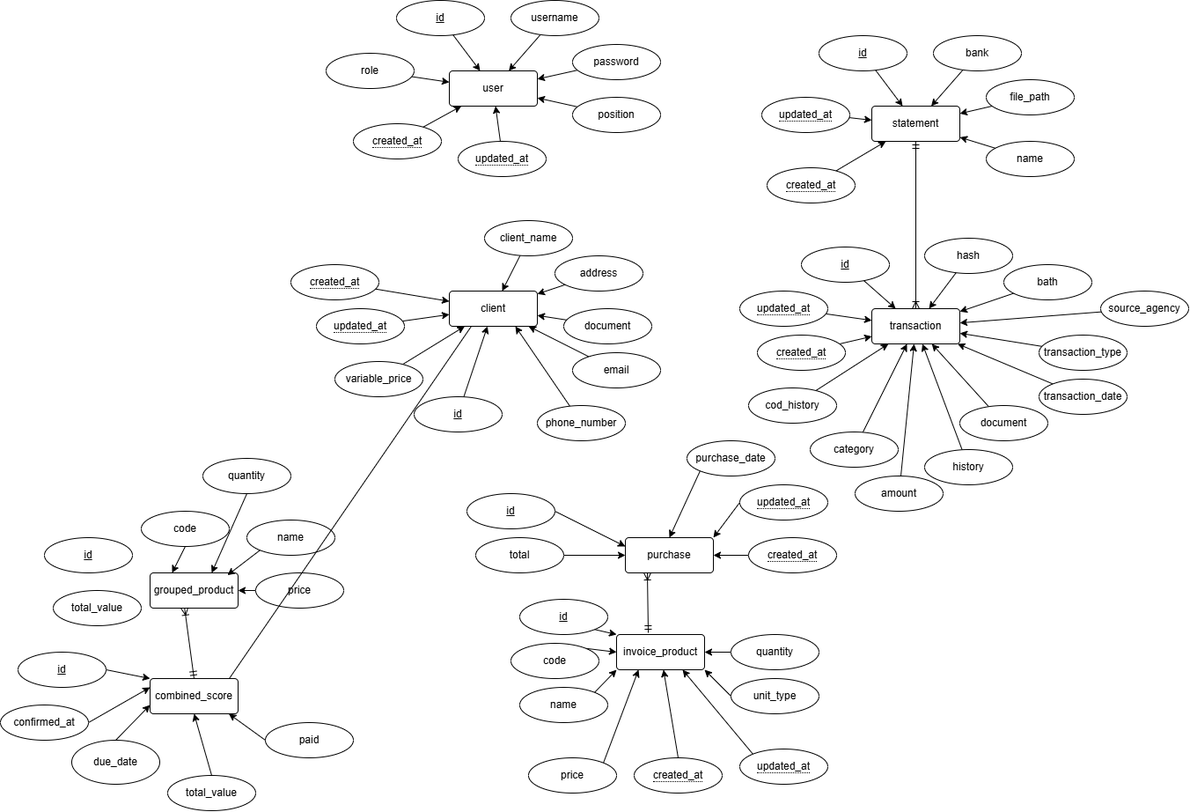
This is Artefatos/Modelagem/Diagrama de Entidade-Relacionamento.drawio.png from marcosffp/hortifruti, a draw.io export, as it was before one commit. Source tidied: cells renumbered, new cells last; positions are measured from the earlier drawing's top-left corner, leaving out a move shared by most shapes.
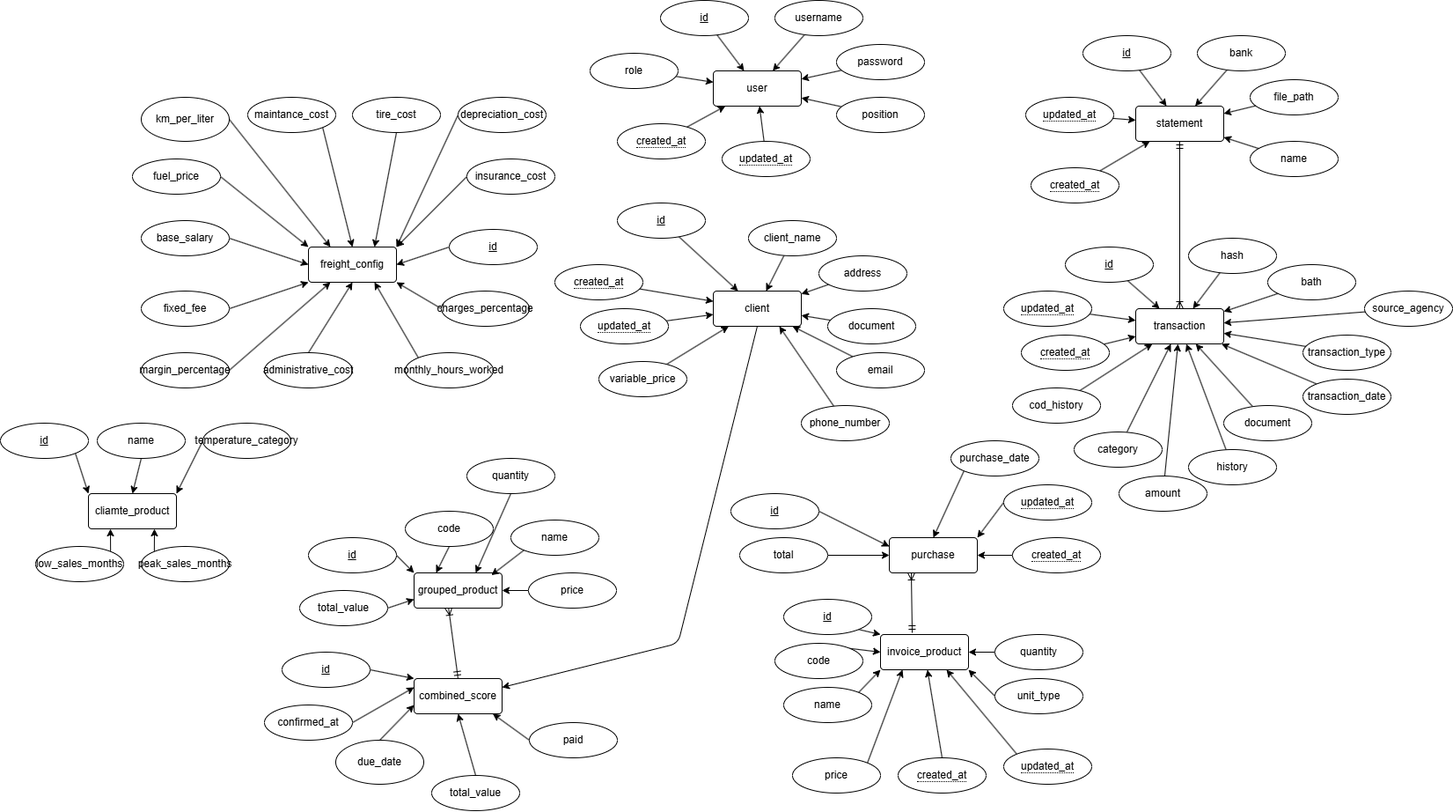
Later version of the same file.

Commit message:
adjusting climate_prduct in entity and relation diagram

Change to the diagram source:
```diff
@@ -177,7 +177,7 @@
       <mxGeometry relative="1" as="geometry" />
     </mxCell>
     <mxCell id="60" value="id" style="ellipse;whiteSpace=wrap;html=1;align=center;fontStyle=4;" parent="1" vertex="1">
-      <mxGeometry x="470" y="450" width="100" height="40" as="geometry" />
+      <mxGeometry x="401" y="230" width="100" height="40" as="geometry" />
     </mxCell>
     <mxCell id="61" style="edgeStyle=none;html=1;" parent="1" edge="1" source="62" target="58">
       <mxGeometry relative="1" as="geometry" />
@@ -317,6 +317,9 @@
     <mxCell id="106" value="grouped_product" style="rounded=1;arcSize=10;whiteSpace=wrap;html=1;align=center;" parent="1" vertex="1">
       <mxGeometry x="170" y="650" width="100" height="40" as="geometry" />
     </mxCell>
+    <mxCell id="130" style="edgeStyle=none;html=1;exitX=1;exitY=0.5;exitDx=0;exitDy=0;entryX=0;entryY=0;entryDx=0;entryDy=0;" parent="1" edge="1" source="107" target="106">
+      <mxGeometry relative="1" as="geometry" />
+    </mxCell>
     <mxCell id="107" value="&lt;u&gt;id&lt;/u&gt;" style="ellipse;whiteSpace=wrap;html=1;align=center;" parent="1" vertex="1">
       <mxGeometry x="50" y="610" width="100" height="40" as="geometry" />
     </mxCell>
@@ -326,14 +329,17 @@
     <mxCell id="109" value="code" style="ellipse;whiteSpace=wrap;html=1;align=center;" parent="1" vertex="1">
       <mxGeometry x="160" y="580" width="100" height="40" as="geometry" />
     </mxCell>
+    <mxCell id="131" style="edgeStyle=none;html=1;exitX=1;exitY=0.5;exitDx=0;exitDy=0;entryX=0;entryY=0.75;entryDx=0;entryDy=0;" parent="1" edge="1" source="110" target="106">
+      <mxGeometry relative="1" as="geometry" />
+    </mxCell>
     <mxCell id="110" value="total_value" style="ellipse;whiteSpace=wrap;html=1;align=center;" parent="1" vertex="1">
-      <mxGeometry x="60" y="670" width="100" height="40" as="geometry" />
+      <mxGeometry x="40" y="670" width="100" height="40" as="geometry" />
     </mxCell>
     <mxCell id="111" style="edgeStyle=none;html=1;exitX=0;exitY=0.5;exitDx=0;exitDy=0;entryX=1;entryY=0.5;entryDx=0;entryDy=0;" parent="1" edge="1" source="112" target="106">
       <mxGeometry relative="1" as="geometry" />
     </mxCell>
     <mxCell id="112" value="price" style="ellipse;whiteSpace=wrap;html=1;align=center;" parent="1" vertex="1">
-      <mxGeometry x="290" y="650" width="100" height="40" as="geometry" />
+      <mxGeometry x="300" y="650" width="100" height="40" as="geometry" />
     </mxCell>
     <mxCell id="113" style="edgeStyle=none;html=1;exitX=0.5;exitY=1;exitDx=0;exitDy=0;" parent="1" edge="1" source="114">
       <mxGeometry relative="1" as="geometry">
@@ -346,6 +352,13 @@
     <mxCell id="115" value="name" style="ellipse;whiteSpace=wrap;html=1;align=center;" parent="1" vertex="1">
       <mxGeometry x="280" y="590" width="100" height="40" as="geometry" />
     </mxCell>
+    <mxCell id="132" style="edgeStyle=none;html=1;exitX=0.5;exitY=1;exitDx=0;exitDy=0;entryX=1;entryY=0.25;entryDx=0;entryDy=0;" parent="1" edge="1" source="58" target="116">
+      <mxGeometry relative="1" as="geometry">
+        <Array as="points">
+          <mxPoint x="470" y="730" />
+        </Array>
+      </mxGeometry>
+    </mxCell>
     <mxCell id="116" value="combined_score" style="rounded=1;arcSize=10;whiteSpace=wrap;html=1;align=center;" parent="1" vertex="1">
       <mxGeometry x="170" y="770" width="100" height="40" as="geometry" />
     </mxCell>
@@ -387,10 +400,119 @@
     <mxCell id="128" style="edgeStyle=none;html=1;exitX=0;exitY=0.5;exitDx=0;exitDy=0;entryX=0.895;entryY=1;entryDx=0;entryDy=0;entryPerimeter=0;" parent="1" edge="1" source="125" target="116">
       <mxGeometry relative="1" as="geometry" />
     </mxCell>
-    <mxCell id="129" style="endArrow=none;html=1;entryX=0.25;entryY=1;entryDx=0;entryDy=0;" parent="1" edge="1" target="58">
-      <mxGeometry relative="1" as="geometry">
-        <mxPoint x="260" y="770" as="sourcePoint" />
-      </mxGeometry>
-    </mxCell>
+    <mxCell id="133" value="freight_config" style="rounded=1;arcSize=10;whiteSpace=wrap;html=1;align=center;" parent="1" vertex="1">
+      <mxGeometry x="50" y="280" width="100" height="40" as="geometry" />
+    </mxCell>
+    <mxCell id="134" style="edgeStyle=none;html=1;exitX=1;exitY=0.5;exitDx=0;exitDy=0;entryX=0.25;entryY=1;entryDx=0;entryDy=0;" parent="1" edge="1" source="135" target="133">
+      <mxGeometry relative="1" as="geometry" />
+    </mxCell>
+    <mxCell id="135" value="margin_percentage" style="ellipse;whiteSpace=wrap;html=1;align=center;" parent="1" vertex="1">
+      <mxGeometry x="-140" y="400" width="100" height="40" as="geometry" />
+    </mxCell>
+    <mxCell id="136" style="edgeStyle=none;html=1;exitX=1;exitY=0.5;exitDx=0;exitDy=0;entryX=0;entryY=1;entryDx=0;entryDy=0;" parent="1" edge="1" source="137" target="133">
+      <mxGeometry relative="1" as="geometry" />
+    </mxCell>
+    <mxCell id="137" value="fixed_fee" style="ellipse;whiteSpace=wrap;html=1;align=center;" parent="1" vertex="1">
+      <mxGeometry x="-140" y="330" width="100" height="40" as="geometry" />
+    </mxCell>
+    <mxCell id="138" style="edgeStyle=none;html=1;exitX=1;exitY=0.5;exitDx=0;exitDy=0;entryX=0;entryY=0.5;entryDx=0;entryDy=0;" parent="1" edge="1" source="139" target="133">
+      <mxGeometry relative="1" as="geometry" />
+    </mxCell>
+    <mxCell id="139" value="base_salary" style="ellipse;whiteSpace=wrap;html=1;align=center;" parent="1" vertex="1">
+      <mxGeometry x="-140" y="250" width="100" height="40" as="geometry" />
+    </mxCell>
+    <mxCell id="140" style="edgeStyle=none;html=1;exitX=1;exitY=0.5;exitDx=0;exitDy=0;entryX=0;entryY=0;entryDx=0;entryDy=0;" parent="1" edge="1" source="141" target="133">
+      <mxGeometry relative="1" as="geometry" />
+    </mxCell>
+    <mxCell id="141" value="fuel_price" style="ellipse;whiteSpace=wrap;html=1;align=center;" parent="1" vertex="1">
+      <mxGeometry x="-150" y="180" width="100" height="40" as="geometry" />
+    </mxCell>
+    <mxCell id="142" style="edgeStyle=none;html=1;exitX=0;exitY=0.5;exitDx=0;exitDy=0;entryX=1;entryY=0;entryDx=0;entryDy=0;" parent="1" edge="1" source="143" target="133">
+      <mxGeometry relative="1" as="geometry" />
+    </mxCell>
+    <mxCell id="143" value="depreciation_cost" style="ellipse;whiteSpace=wrap;html=1;align=center;" parent="1" vertex="1">
+      <mxGeometry x="220" y="110" width="100" height="40" as="geometry" />
+    </mxCell>
+    <mxCell id="144" style="edgeStyle=none;html=1;exitX=0.5;exitY=1;exitDx=0;exitDy=0;entryX=0.75;entryY=0;entryDx=0;entryDy=0;" parent="1" edge="1" source="145" target="133">
+      <mxGeometry relative="1" as="geometry" />
+    </mxCell>
+    <mxCell id="145" value="tire_cost" style="ellipse;whiteSpace=wrap;html=1;align=center;" parent="1" vertex="1">
+      <mxGeometry x="100" y="110" width="100" height="40" as="geometry" />
+    </mxCell>
+    <mxCell id="146" style="edgeStyle=none;html=1;exitX=1;exitY=1;exitDx=0;exitDy=0;entryX=0.5;entryY=0;entryDx=0;entryDy=0;" parent="1" edge="1" source="147" target="133">
+      <mxGeometry relative="1" as="geometry" />
+    </mxCell>
+    <mxCell id="147" value="maintance_cost" style="ellipse;whiteSpace=wrap;html=1;align=center;" parent="1" vertex="1">
+      <mxGeometry x="-19" y="110" width="100" height="40" as="geometry" />
+    </mxCell>
+    <mxCell id="148" style="edgeStyle=none;html=1;exitX=1;exitY=0.5;exitDx=0;exitDy=0;entryX=0.25;entryY=0;entryDx=0;entryDy=0;" parent="1" edge="1" source="149" target="133">
+      <mxGeometry relative="1" as="geometry" />
+    </mxCell>
+    <mxCell id="149" value="km_per_liter" style="ellipse;whiteSpace=wrap;html=1;align=center;" parent="1" vertex="1">
+      <mxGeometry x="-140" y="110" width="100" height="50" as="geometry" />
+    </mxCell>
+    <mxCell id="150" style="edgeStyle=none;html=1;exitX=0;exitY=0.5;exitDx=0;exitDy=0;entryX=1;entryY=0;entryDx=0;entryDy=0;" parent="1" edge="1" source="151" target="133">
+      <mxGeometry relative="1" as="geometry" />
+    </mxCell>
+    <mxCell id="151" value="insurance_cost" style="ellipse;whiteSpace=wrap;html=1;align=center;" parent="1" vertex="1">
+      <mxGeometry x="230" y="180" width="100" height="40" as="geometry" />
+    </mxCell>
+    <mxCell id="152" style="edgeStyle=none;html=1;exitX=0;exitY=0.5;exitDx=0;exitDy=0;entryX=1;entryY=1;entryDx=0;entryDy=0;" parent="1" edge="1" source="153" target="133">
+      <mxGeometry relative="1" as="geometry" />
+    </mxCell>
+    <mxCell id="153" value="charges_percentage" style="ellipse;whiteSpace=wrap;html=1;align=center;" parent="1" vertex="1">
+      <mxGeometry x="201" y="330" width="100" height="40" as="geometry" />
+    </mxCell>
+    <mxCell id="154" style="edgeStyle=none;html=1;exitX=0;exitY=0;exitDx=0;exitDy=0;entryX=0.75;entryY=1;entryDx=0;entryDy=0;" parent="1" edge="1" source="155" target="133">
+      <mxGeometry relative="1" as="geometry" />
+    </mxCell>
+    <mxCell id="155" value="monthly_hours_worked" style="ellipse;whiteSpace=wrap;html=1;align=center;" parent="1" vertex="1">
+      <mxGeometry x="160" y="400" width="100" height="40" as="geometry" />
+    </mxCell>
+    <mxCell id="156" style="edgeStyle=none;html=1;exitX=0.5;exitY=0;exitDx=0;exitDy=0;entryX=0.5;entryY=1;entryDx=0;entryDy=0;" parent="1" edge="1" source="157" target="133">
+      <mxGeometry relative="1" as="geometry" />
+    </mxCell>
+    <mxCell id="157" value="administrative_cost" style="ellipse;whiteSpace=wrap;html=1;align=center;" parent="1" vertex="1">
+      <mxGeometry y="400" width="100" height="40" as="geometry" />
+    </mxCell>
+    <mxCell id="158" style="edgeStyle=none;html=1;exitX=0;exitY=0.5;exitDx=0;exitDy=0;entryX=1;entryY=0.5;entryDx=0;entryDy=0;" parent="1" edge="1" source="159" target="133">
+      <mxGeometry relative="1" as="geometry" />
+    </mxCell>
+    <mxCell id="159" value="id" style="ellipse;whiteSpace=wrap;html=1;align=center;fontStyle=4;" parent="1" vertex="1">
+      <mxGeometry x="210" y="260" width="100" height="40" as="geometry" />
+    </mxCell>
+    <mxCell id="160" value="cliamte_product" style="rounded=1;arcSize=10;whiteSpace=wrap;html=1;align=center;" parent="1" vertex="1">
+      <mxGeometry x="-200" y="560" width="100" height="40" as="geometry" />
+    </mxCell>
+    <mxCell id="161" style="edgeStyle=none;html=1;exitX=1;exitY=1;exitDx=0;exitDy=0;entryX=0;entryY=0;entryDx=0;entryDy=0;" parent="1" edge="1" source="162" target="160">
+      <mxGeometry relative="1" as="geometry" />
+    </mxCell>
+    <mxCell id="162" value="&lt;u&gt;id&lt;/u&gt;" style="ellipse;whiteSpace=wrap;html=1;align=center;" parent="1" vertex="1">
+      <mxGeometry x="-300" y="480" width="100" height="40" as="geometry" />
+    </mxCell>
+    <mxCell id="163" style="edgeStyle=none;html=1;exitX=0.5;exitY=1;exitDx=0;exitDy=0;entryX=0.5;entryY=0;entryDx=0;entryDy=0;" parent="1" edge="1" source="164" target="160">
+      <mxGeometry relative="1" as="geometry" />
+    </mxCell>
+    <mxCell id="164" value="name" style="ellipse;whiteSpace=wrap;html=1;align=center;" parent="1" vertex="1">
+      <mxGeometry x="-190" y="480" width="100" height="40" as="geometry" />
+    </mxCell>
+    <mxCell id="165" style="edgeStyle=none;html=1;exitX=0;exitY=0.5;exitDx=0;exitDy=0;entryX=1;entryY=0;entryDx=0;entryDy=0;" parent="1" edge="1" source="166" target="160">
+      <mxGeometry relative="1" as="geometry" />
+    </mxCell>
+    <mxCell id="166" value="temperature_category" style="ellipse;whiteSpace=wrap;html=1;align=center;" parent="1" vertex="1">
+      <mxGeometry x="-70" y="480" width="100" height="40" as="geometry" />
+    </mxCell>
+    <mxCell id="167" style="edgeStyle=none;html=1;exitX=0;exitY=0;exitDx=0;exitDy=0;entryX=0.75;entryY=1;entryDx=0;entryDy=0;" parent="1" edge="1" source="168" target="160">
+      <mxGeometry relative="1" as="geometry" />
+    </mxCell>
+    <mxCell id="168" value="peak_sales_months" style="ellipse;whiteSpace=wrap;html=1;align=center;" parent="1" vertex="1">
+      <mxGeometry x="-140" y="620" width="100" height="40" as="geometry" />
+    </mxCell>
+    <mxCell id="169" style="edgeStyle=none;html=1;exitX=1;exitY=0;exitDx=0;exitDy=0;entryX=0.25;entryY=1;entryDx=0;entryDy=0;" parent="1" edge="1" source="170" target="160">
+      <mxGeometry relative="1" as="geometry" />
+    </mxCell>
+    <mxCell id="170" value="low_sales_months" style="ellipse;whiteSpace=wrap;html=1;align=center;" parent="1" vertex="1">
+      <mxGeometry x="-260" y="620" width="100" height="40" as="geometry" />
+    </mxCell>
   </root>
 </mxGraphModel>
```
